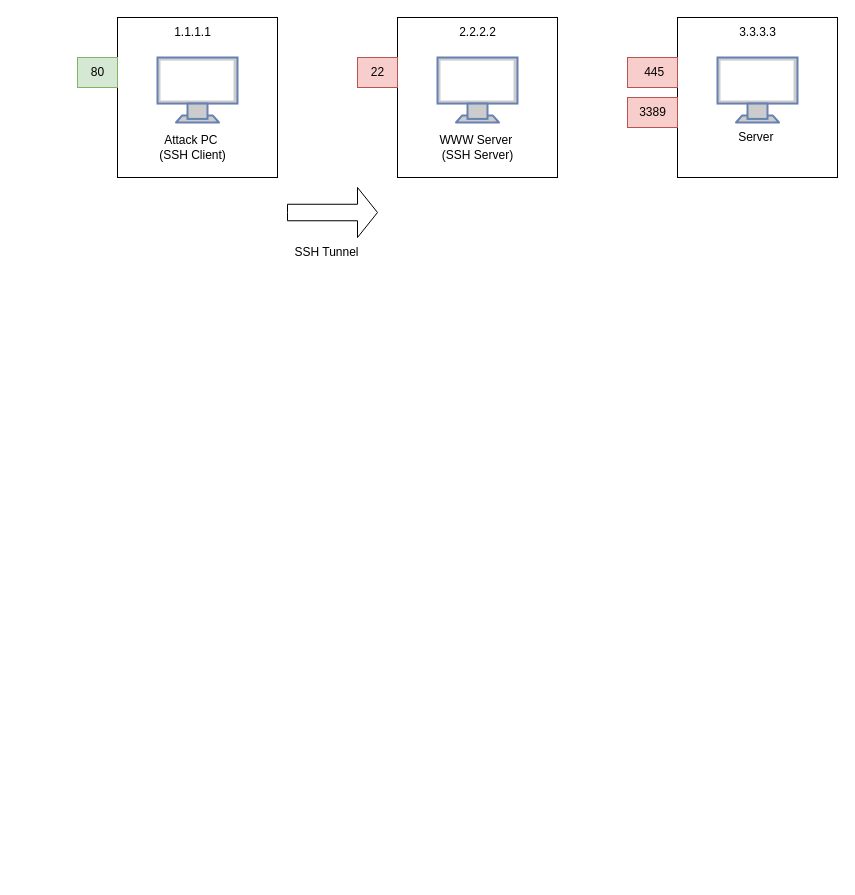
This is ssh_linux.drawio from zzzskd/pictureandor, a draw.io file, before an edit. Source tidied: cells renumbered, new cells numbered last; positions are measured from the earlier drawing's top-left corner, leaving out a move shared by most shapes. Both pictures are drawn from the tidied source at 100%, with x=0, y=0 at pixel (77, 17).
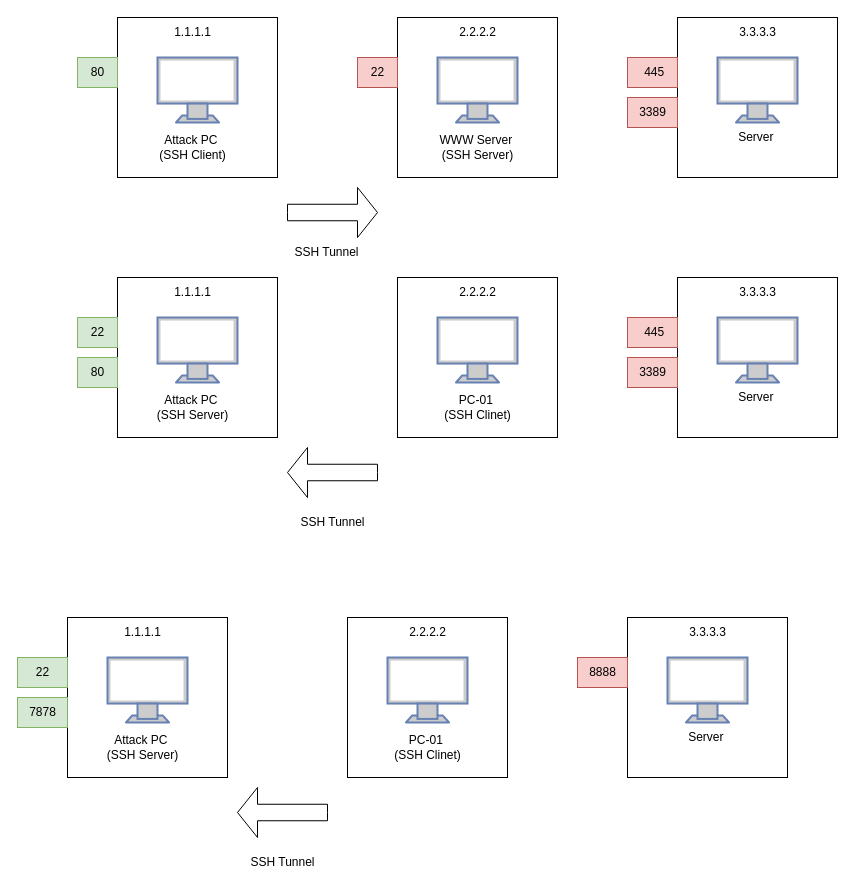
The same diagram, later.

The edit, as a diff of the source:
```diff
@@
+    <mxCell id="20" style="whiteSpace=wrap;html=1;" parent="1" vertex="1">
+      <mxGeometry x="600" y="260" width="160" height="160" as="geometry" />
+    </mxCell>
+    <mxCell id="21" style="whiteSpace=wrap;html=1;" parent="1" vertex="1">
+      <mxGeometry x="320" y="260" width="160" height="160" as="geometry" />
+    </mxCell>
+    <mxCell id="22" style="whiteSpace=wrap;html=1;" parent="1" vertex="1">
+      <mxGeometry x="40" y="260" width="160" height="160" as="geometry" />
+    </mxCell>
+    <mxCell id="23" style="fontColor=#0066CC;verticalAlign=top;verticalLabelPosition=bottom;labelPosition=center;align=center;html=1;fillColor=#CCCCCC;strokeColor=#6881B3;gradientColor=none;gradientDirection=north;strokeWidth=2;shape=mxgraph.networks.monitor;" parent="1" vertex="1">
+      <mxGeometry x="80" y="300" width="80" height="65" as="geometry" />
+    </mxCell>
+    <mxCell id="24" style="fontColor=#0066CC;verticalAlign=top;verticalLabelPosition=bottom;labelPosition=center;align=center;html=1;fillColor=#CCCCCC;strokeColor=#6881B3;gradientColor=none;gradientDirection=north;strokeWidth=2;shape=mxgraph.networks.monitor;" parent="1" vertex="1">
+      <mxGeometry x="640" y="300" width="80" height="65" as="geometry" />
+    </mxCell>
+    <mxCell id="25" style="fontColor=#0066CC;verticalAlign=top;verticalLabelPosition=bottom;labelPosition=center;align=center;html=1;fillColor=#CCCCCC;strokeColor=#6881B3;gradientColor=none;gradientDirection=north;strokeWidth=2;shape=mxgraph.networks.monitor;" parent="1" vertex="1">
+      <mxGeometry x="360" y="300" width="80" height="65" as="geometry" />
+    </mxCell>
+    <mxCell id="26" value="Attack PC&amp;nbsp;&lt;div&gt;(SSH Server)&lt;/div&gt;" style="text;html=1;align=center;verticalAlign=middle;strokeColor=none;fillColor=none;" parent="1" vertex="1">
+      <mxGeometry x="70" y="370" width="90" height="40" as="geometry" />
+    </mxCell>
+    <mxCell id="27" value="80" style="text;html=1;align=center;verticalAlign=middle;strokeColor=#82b366;fillColor=#d5e8d4;labelBackgroundColor=none;" parent="1" vertex="1">
+      <mxGeometry y="340" width="40" height="30" as="geometry" />
+    </mxCell>
+    <mxCell id="28" value="PC-01&amp;nbsp;&lt;div&gt;(SSH Clinet)&lt;/div&gt;" style="text;html=1;align=center;verticalAlign=middle;strokeColor=none;fillColor=none;" parent="1" vertex="1">
+      <mxGeometry x="355" y="370" width="90" height="40" as="geometry" />
+    </mxCell>
+    <mxCell id="29" value="Server&amp;nbsp;" style="text;html=1;align=center;verticalAlign=middle;strokeColor=none;fillColor=none;" parent="1" vertex="1">
+      <mxGeometry x="650" y="365" width="60" height="30" as="geometry" />
+    </mxCell>
+    <mxCell id="30" value="&amp;nbsp; 445&amp;nbsp;" style="text;html=1;align=center;verticalAlign=middle;strokeColor=#b85450;fillColor=#f8cecc;labelBackgroundColor=none;" parent="1" vertex="1">
+      <mxGeometry x="550" y="300" width="50" height="30" as="geometry" />
+    </mxCell>
+    <mxCell id="31" value="3389" style="text;html=1;align=center;verticalAlign=middle;strokeColor=#b85450;fillColor=#f8cecc;labelBackgroundColor=none;" parent="1" vertex="1">
+      <mxGeometry x="550" y="340" width="50" height="30" as="geometry" />
+    </mxCell>
+    <mxCell id="32" value="1.1.1.1" style="text;html=1;align=center;verticalAlign=middle;strokeColor=none;fillColor=none;" parent="1" vertex="1">
+      <mxGeometry x="85" y="260" width="60" height="30" as="geometry" />
+    </mxCell>
+    <mxCell id="33" value="2.2.2.2" style="text;html=1;align=center;verticalAlign=middle;strokeColor=none;fillColor=none;" parent="1" vertex="1">
+      <mxGeometry x="370" y="260" width="60" height="30" as="geometry" />
+    </mxCell>
+    <mxCell id="34" value="3.3.3.3" style="text;html=1;align=center;verticalAlign=middle;strokeColor=none;fillColor=none;" parent="1" vertex="1">
+      <mxGeometry x="650" y="260" width="60" height="30" as="geometry" />
+    </mxCell>
+    <mxCell id="35" style="html=1;shadow=0;dashed=0;align=center;verticalAlign=middle;shape=mxgraph.arrows2.arrow;dy=0.67;dx=20;notch=0;direction=west;" parent="1" vertex="1">
+      <mxGeometry x="210" y="430" width="90" height="50" as="geometry" />
+    </mxCell>
+    <mxCell id="36" value="SSH Tunnel" style="text;html=1;align=center;verticalAlign=middle;strokeColor=none;fillColor=none;" parent="1" vertex="1">
+      <mxGeometry x="210" y="490" width="90" height="30" as="geometry" />
+    </mxCell>
+    <mxCell id="37" value="22" style="text;html=1;align=center;verticalAlign=middle;strokeColor=#82b366;fillColor=#d5e8d4;labelBackgroundColor=none;" parent="1" vertex="1">
+      <mxGeometry y="300" width="40" height="30" as="geometry" />
+    </mxCell>
+    <mxCell id="38" style="whiteSpace=wrap;html=1;" parent="1" vertex="1">
+      <mxGeometry x="550" y="600" width="160" height="160" as="geometry" />
+    </mxCell>
+    <mxCell id="39" style="whiteSpace=wrap;html=1;" parent="1" vertex="1">
+      <mxGeometry x="270" y="600" width="160" height="160" as="geometry" />
+    </mxCell>
+    <mxCell id="40" style="whiteSpace=wrap;html=1;" parent="1" vertex="1">
+      <mxGeometry x="-10" y="600" width="160" height="160" as="geometry" />
+    </mxCell>
+    <mxCell id="41" style="fontColor=#0066CC;verticalAlign=top;verticalLabelPosition=bottom;labelPosition=center;align=center;html=1;fillColor=#CCCCCC;strokeColor=#6881B3;gradientColor=none;gradientDirection=north;strokeWidth=2;shape=mxgraph.networks.monitor;" parent="1" vertex="1">
+      <mxGeometry x="30" y="640" width="80" height="65" as="geometry" />
+    </mxCell>
+    <mxCell id="42" style="fontColor=#0066CC;verticalAlign=top;verticalLabelPosition=bottom;labelPosition=center;align=center;html=1;fillColor=#CCCCCC;strokeColor=#6881B3;gradientColor=none;gradientDirection=north;strokeWidth=2;shape=mxgraph.networks.monitor;" parent="1" vertex="1">
+      <mxGeometry x="590" y="640" width="80" height="65" as="geometry" />
+    </mxCell>
+    <mxCell id="43" style="fontColor=#0066CC;verticalAlign=top;verticalLabelPosition=bottom;labelPosition=center;align=center;html=1;fillColor=#CCCCCC;strokeColor=#6881B3;gradientColor=none;gradientDirection=north;strokeWidth=2;shape=mxgraph.networks.monitor;" parent="1" vertex="1">
+      <mxGeometry x="310" y="640" width="80" height="65" as="geometry" />
+    </mxCell>
+    <mxCell id="44" value="Attack PC&amp;nbsp;&lt;div&gt;(SSH Server)&lt;/div&gt;" style="text;html=1;align=center;verticalAlign=middle;strokeColor=none;fillColor=none;" parent="1" vertex="1">
+      <mxGeometry x="20" y="710" width="90" height="40" as="geometry" />
+    </mxCell>
+    <mxCell id="45" value="7878" style="text;html=1;align=center;verticalAlign=middle;strokeColor=#82b366;fillColor=#d5e8d4;labelBackgroundColor=none;" parent="1" vertex="1">
+      <mxGeometry x="-60" y="680" width="50" height="30" as="geometry" />
+    </mxCell>
+    <mxCell id="46" value="PC-01&amp;nbsp;&lt;div&gt;(SSH Clinet)&lt;/div&gt;" style="text;html=1;align=center;verticalAlign=middle;strokeColor=none;fillColor=none;" parent="1" vertex="1">
+      <mxGeometry x="305" y="710" width="90" height="40" as="geometry" />
+    </mxCell>
+    <mxCell id="47" value="Server&amp;nbsp;" style="text;html=1;align=center;verticalAlign=middle;strokeColor=none;fillColor=none;" parent="1" vertex="1">
+      <mxGeometry x="600" y="705" width="60" height="30" as="geometry" />
+    </mxCell>
+    <mxCell id="48" value="8888" style="text;html=1;align=center;verticalAlign=middle;strokeColor=#b85450;fillColor=#f8cecc;labelBackgroundColor=none;" parent="1" vertex="1">
+      <mxGeometry x="500" y="640" width="50" height="30" as="geometry" />
+    </mxCell>
+    <mxCell id="49" value="1.1.1.1" style="text;html=1;align=center;verticalAlign=middle;strokeColor=none;fillColor=none;" parent="1" vertex="1">
+      <mxGeometry x="35" y="600" width="60" height="30" as="geometry" />
+    </mxCell>
+    <mxCell id="50" value="2.2.2.2" style="text;html=1;align=center;verticalAlign=middle;strokeColor=none;fillColor=none;" parent="1" vertex="1">
+      <mxGeometry x="320" y="600" width="60" height="30" as="geometry" />
+    </mxCell>
+    <mxCell id="51" value="3.3.3.3" style="text;html=1;align=center;verticalAlign=middle;strokeColor=none;fillColor=none;" parent="1" vertex="1">
+      <mxGeometry x="600" y="600" width="60" height="30" as="geometry" />
+    </mxCell>
+    <mxCell id="52" style="html=1;shadow=0;dashed=0;align=center;verticalAlign=middle;shape=mxgraph.arrows2.arrow;dy=0.67;dx=20;notch=0;direction=west;" parent="1" vertex="1">
+      <mxGeometry x="160" y="770" width="90" height="50" as="geometry" />
+    </mxCell>
+    <mxCell id="53" value="SSH Tunnel" style="text;html=1;align=center;verticalAlign=middle;strokeColor=none;fillColor=none;" parent="1" vertex="1">
+      <mxGeometry x="160" y="830" width="90" height="30" as="geometry" />
+    </mxCell>
+    <mxCell id="54" value="&amp;nbsp; 22&amp;nbsp;&amp;nbsp;" style="text;html=1;align=center;verticalAlign=middle;strokeColor=#82b366;fillColor=#d5e8d4;labelBackgroundColor=none;" parent="1" vertex="1">
+      <mxGeometry x="-60" y="640" width="50" height="30" as="geometry" />
+    </mxCell>
```
